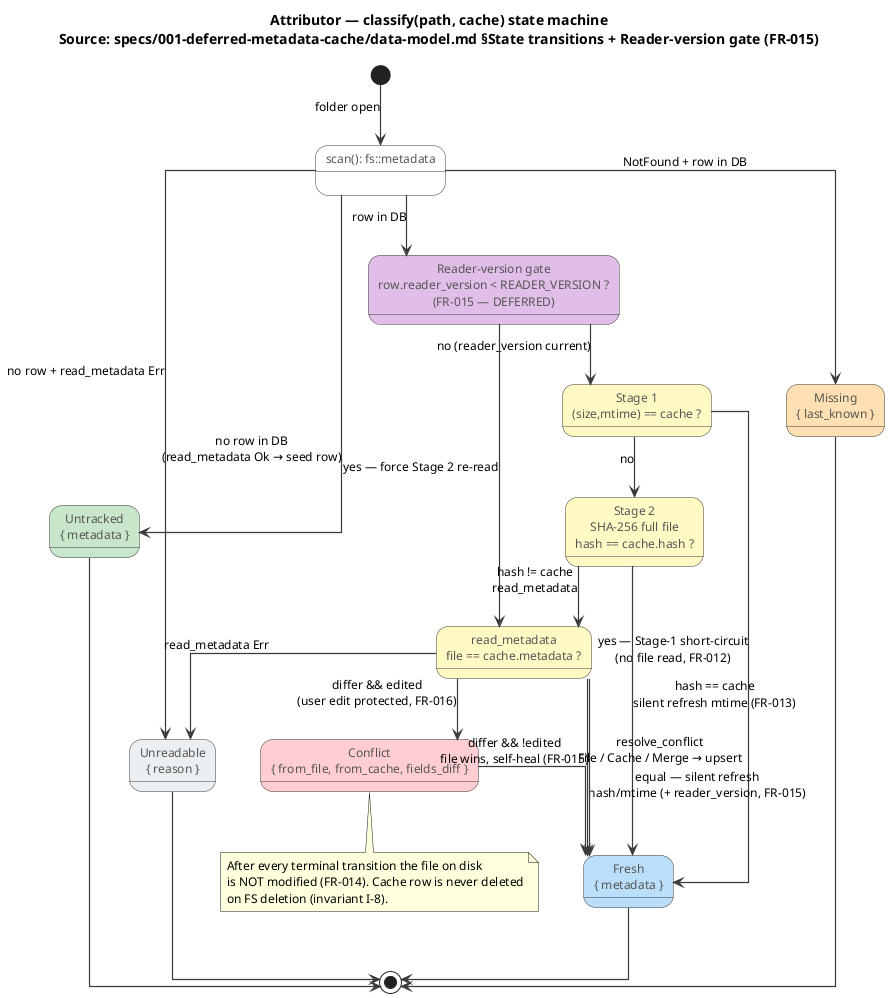
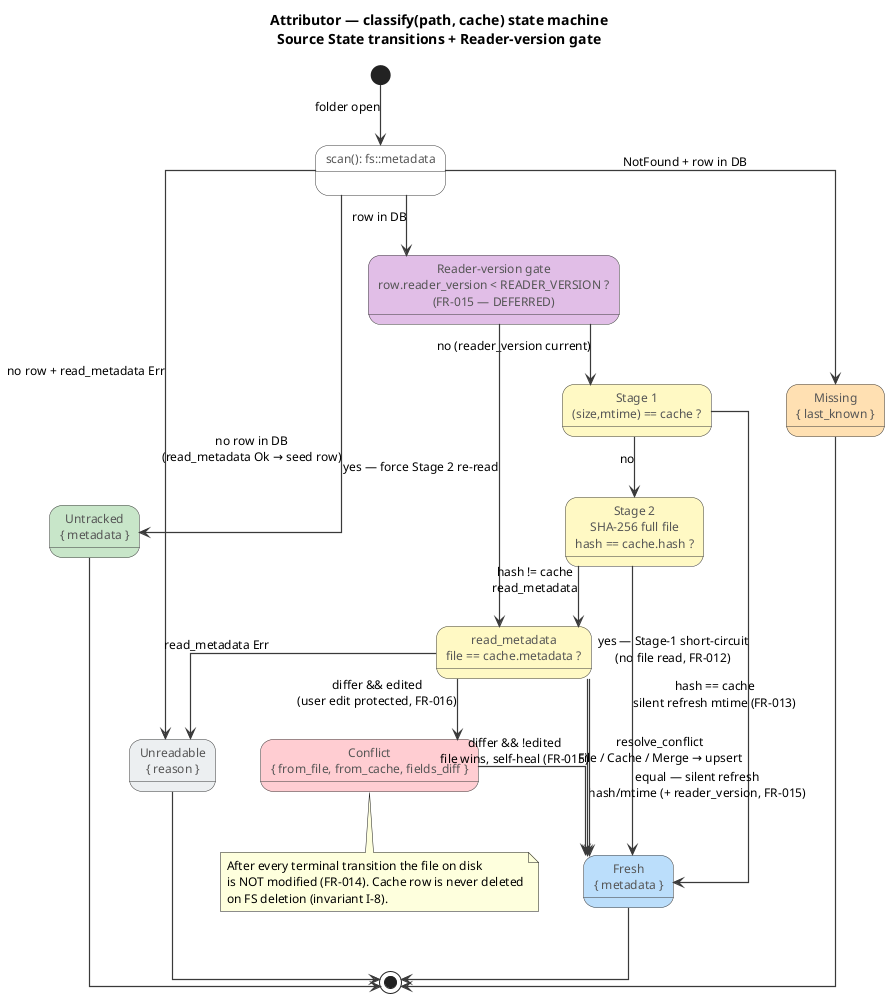
@startuml feature-classify-state-machine
- title Attributor — classify(path, cache) state machine\nSource: specs/001-deferred-metadata-cache/data-model.md §State transitions + Reader-version gate (FR-015)
+ title Attributor — classify(path, cache) state machine\nSource State transitions + Reader-version gate

' ── Look & feel ──────────────────────────────────────────────────────
skinparam linetype ortho
skinparam nodesep 45
skinparam ranksep 60
skinparam shadowing false
skinparam defaultFontName "Segoe UI"
skinparam defaultFontSize 12
skinparam ArrowColor #3A3A3A
skinparam ArrowThickness 1.2
skinparam state {
  BorderColor #3A3A3A
  FontColor #1A1A1A
  AttributeFontColor #555555
}

' Terminal FileState colours (mirror events.rs MetadataStatusKind):
'  Untracked #C8E6C9 · Fresh #BBDEFB · Conflict #FFCDD2 · Missing #FFE0B2 · Unreadable #ECEFF1

state "scan(): fs::metadata" as SCAN #FFFFFF

state "Missing\n{ last_known }" as MISSING #FFE0B2
state "Untracked\n{ metadata }" as UNTRACKED #C8E6C9
state "Unreadable\n{ reason }" as UNREAD #ECEFF1
state "Fresh\n{ metadata }" as FRESH #BBDEFB
state "Conflict\n{ from_file, from_cache, fields_diff }" as CONFLICT #FFCDD2

state "Stage 1\n(size,mtime) == cache ?" as STAGE1 #FFF9C4
state "Reader-version gate\nrow.reader_version < READER_VERSION ?\n(FR-015 — DEFERRED)" as RVGATE #E1BEE7
state "Stage 2\nSHA-256 full file\nhash == cache.hash ?" as STAGE2 #FFF9C4
state "read_metadata\nfile == cache.metadata ?" as METACMP #FFF9C4

[*] --> SCAN : folder open

' ── Top split: NotFound / no row / row present ───────────────────────
SCAN --> MISSING : NotFound + row in DB
SCAN --> UNTRACKED : no row in DB\n(read_metadata Ok → seed row)
SCAN --> UNREAD : no row + read_metadata Err
SCAN --> RVGATE : row in DB

' ── Reader-version gate (FR-015) ─────────────────────────────────────
RVGATE --> STAGE1 : no (reader_version current)
RVGATE --> METACMP : yes — force Stage 2 re-read

' ── Stage 1 (cheap, content-free) ────────────────────────────────────
STAGE1 --> FRESH : yes — Stage-1 short-circuit\n(no file read, FR-012)
STAGE1 --> STAGE2 : no

' ── Stage 2 (hash) ───────────────────────────────────────────────────
STAGE2 --> FRESH : hash == cache\nsilent refresh mtime (FR-013)
STAGE2 --> METACMP : hash != cache\nread_metadata

' ── Metadata comparison → Fresh / Conflict ───────────────────────────
METACMP --> FRESH : equal — silent refresh\nhash/mtime (+ reader_version, FR-015)
METACMP --> CONFLICT : differ && edited\n(user edit protected, FR-016)
METACMP --> FRESH : differ && !edited\nfile wins, self-heal (FR-015)
METACMP --> UNREAD : read_metadata Err

' ── Conflict resolution (US3) ────────────────────────────────────────
CONFLICT --> FRESH : resolve_conflict\nFile / Cache / Merge → upsert

FRESH --> [*]
UNTRACKED --> [*]
MISSING --> [*]
UNREAD --> [*]

note bottom of CONFLICT
  After every terminal transition the file on disk
  is NOT modified (FR-014). Cache row is never deleted
  on FS deletion (invariant I-8).
end note

@enduml
